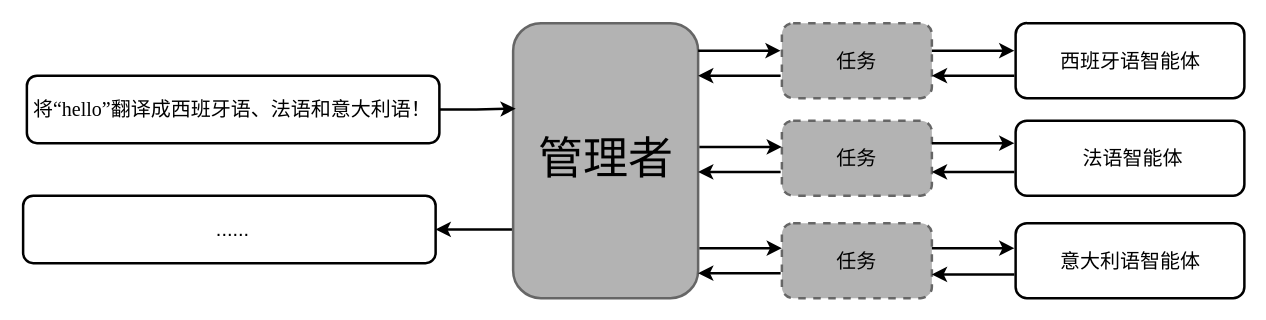
Earlier version of the draw.io diagram diagrams/manager_pattern_architecture.drawio (real-jiakai/draw). Source tidied: cells renumbered, new cells numbered last; positions are measured from the earlier drawing's top-left corner, leaving out a move shared by most shapes. Both pictures are drawn from the tidied source at 125%, with x=0, y=0 at pixel (22, 22).
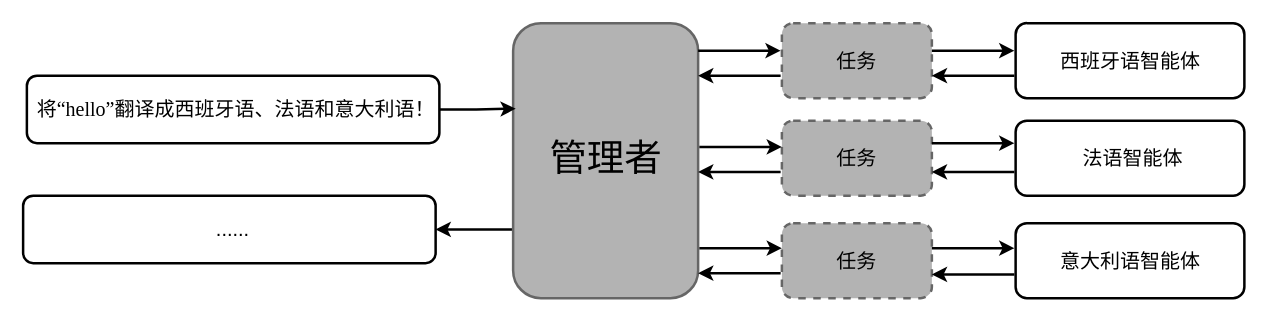
After the change.

What changed in the source:
```diff
@@
     <mxCell id="8" value="&lt;span style=&quot;text-align: left;&quot;&gt;&lt;font face=&quot;Times New Roman&quot; style=&quot;font-size: 16px;&quot;&gt;将“hello”翻译成西班牙语、法语和意大利语！&lt;/font&gt;&lt;/span&gt;" style="text;html=1;align=center;verticalAlign=middle;whiteSpace=wrap;rounded=0;" parent="1" vertex="1">
-      <mxGeometry x="5" y="54" width="325" height="30" as="geometry" />
+      <mxGeometry x="8" y="54" width="325" height="30" as="geometry" />
     </mxCell>
@@
-    <mxCell id="12" value="&lt;font style=&quot;font-size: 36px;&quot;&gt;管理者&lt;/font&gt;" style="text;html=1;align=center;verticalAlign=middle;whiteSpace=wrap;rounded=0;" parent="1" vertex="1">
+    <mxCell id="12" value="&lt;font style=&quot;font-size: 30px;&quot;&gt;管理者&lt;/font&gt;" style="text;html=1;align=center;verticalAlign=middle;whiteSpace=wrap;rounded=0;" parent="1" vertex="1">
       <mxGeometry x="401.5" y="83" width="129" height="50" as="geometry" />
     </mxCell>
```
